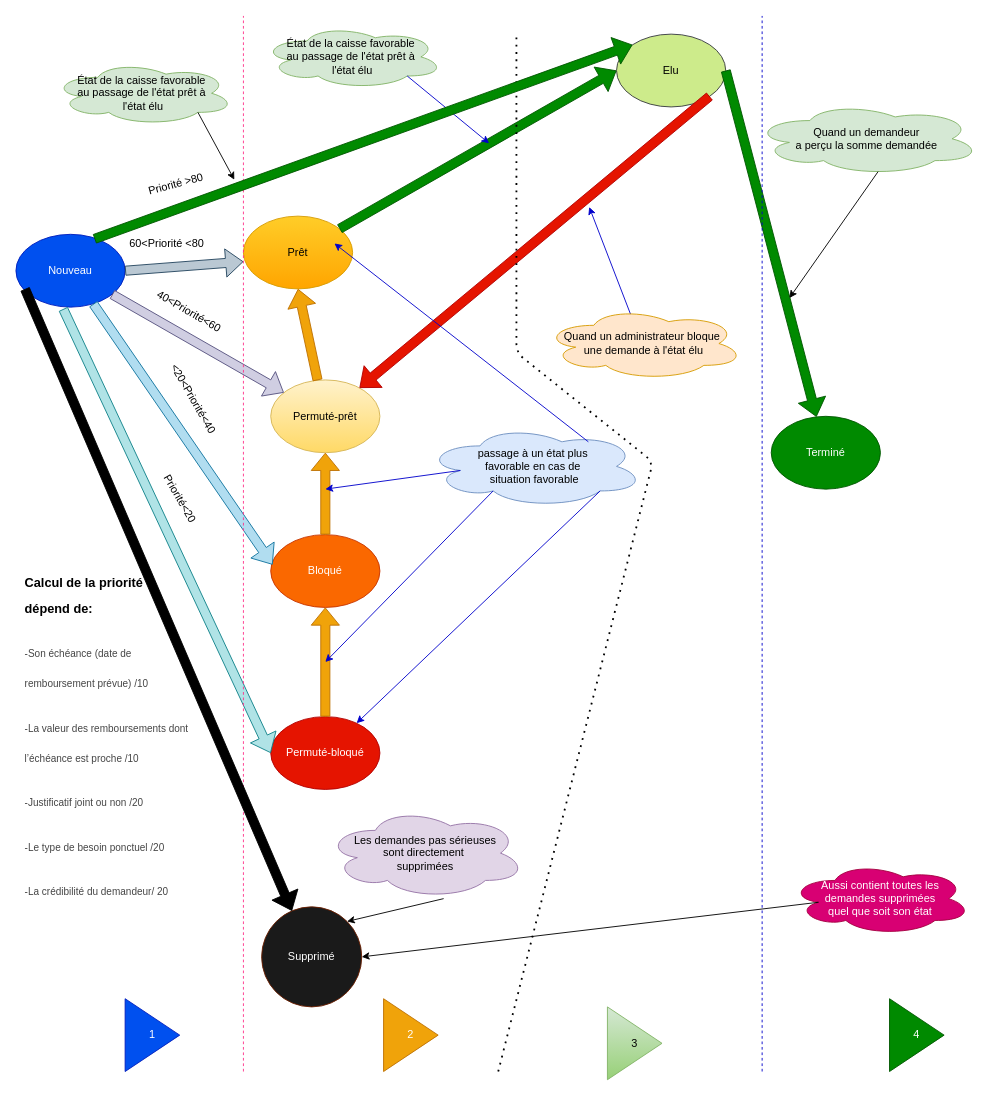
This is Untitled Diagram.drawio from ambou-97/Sutura, a draw.io file, before an edit. Source tidied: cells renumbered, new cells numbered last; positions are measured from the earlier drawing's top-left corner, leaving out a move shared by most shapes. Both pictures are drawn from the tidied source at 91%, with x=0, y=0 at pixel (15, 15).
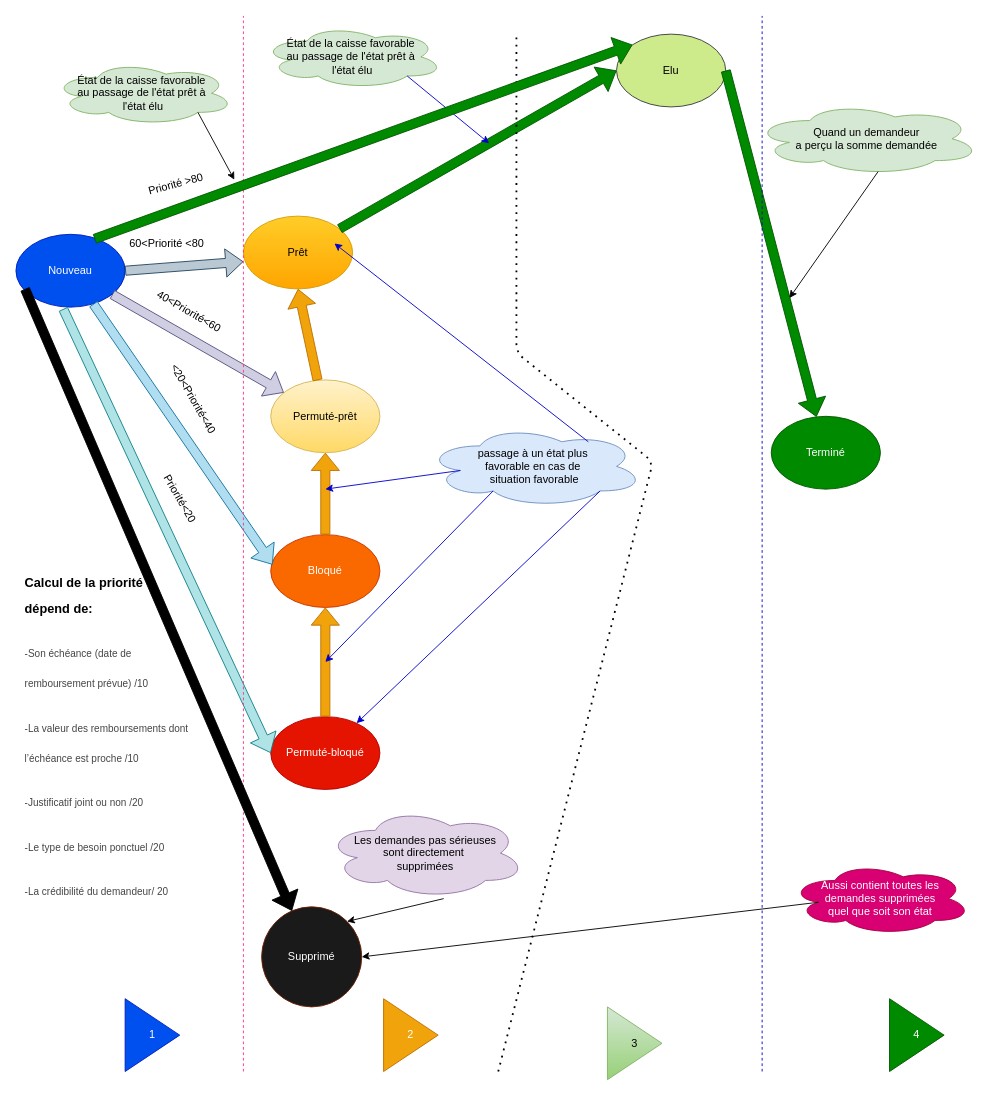
After the change.

Commit message:
suppression de le suspension d'une demande à l'état élu vers un état permuté-prêt

The change refers to these unchanged cells:
```xml
<mxCell id="6" value="Permuté-prêt" style="ellipse;whiteSpace=wrap;html=1;gradientColor=#ffd966;fillColor=#fff2cc;strokeColor=#d6b656;" parent="1" vertex="1">
  <mxGeometry x="280" y="400" width="120" height="80" as="geometry" />
</mxCell>
<mxCell id="7" value="Elu" style="ellipse;whiteSpace=wrap;html=1;fillColor=#cdeb8b;strokeColor=#36393d;" parent="1" vertex="1">
  <mxGeometry x="660" y="20" width="120" height="80" as="geometry" />
</mxCell>
```

Change to the diagram source:
```diff
@@
-    <mxCell id="16" style="shape=flexArrow;endArrow=classic;html=1;exitX=1;exitY=1;exitDx=0;exitDy=0;fillColor=#e51400;strokeColor=#B20000;" parent="1" edge="1" source="7" target="6">
-      <mxGeometry relative="1" as="geometry" />
-    </mxCell>
@@
-    <mxCell id="27" style="endArrow=classic;html=1;strokeColor=#0000CC;fillColor=#FF2146;exitX=0.455;exitY=0.25;exitDx=0;exitDy=0;exitPerimeter=0;" parent="1" edge="1" source="28">
-      <mxGeometry relative="1" as="geometry">
-        <mxPoint x="630" y="210" as="targetPoint" />
-      </mxGeometry>
-    </mxCell>
-    <mxCell id="28" value="Quand un administrateur bloque&amp;nbsp;&lt;br&gt;une demande à l'état élu" style="ellipse;shape=cloud;whiteSpace=wrap;html=1;fillColor=#ffe6cc;strokeColor=#d79b00;" parent="1" vertex="1">
-      <mxGeometry x="580" y="320" width="220" height="80" as="geometry" />
-    </mxCell>
```
